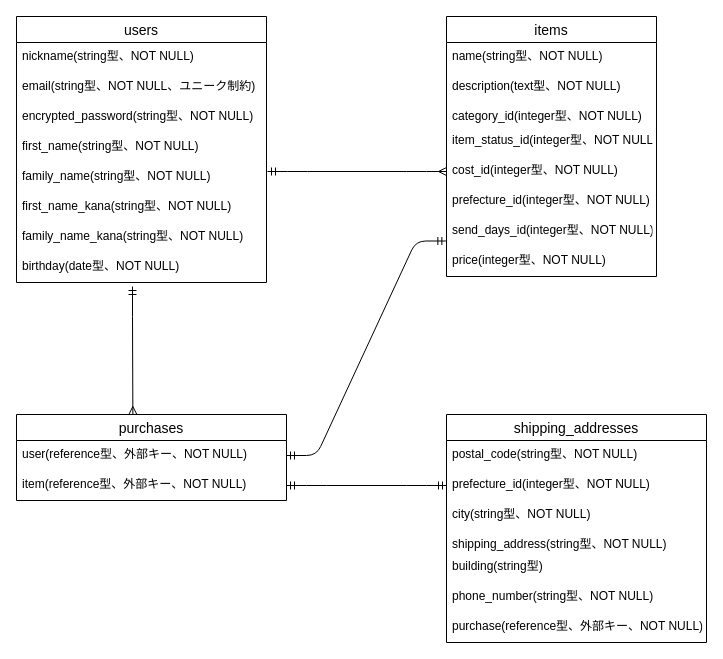
ina-gaki/furima-37939 keeps this draw.io diagram as er.dio. Above is the earlier version. Source tidied: cells renumbered, new cells numbered last; positions are measured from the earlier drawing's top-left corner, leaving out a move shared by most shapes. Both pictures are drawn from the tidied source at 100%, with x=0, y=0 at pixel (16, 16).
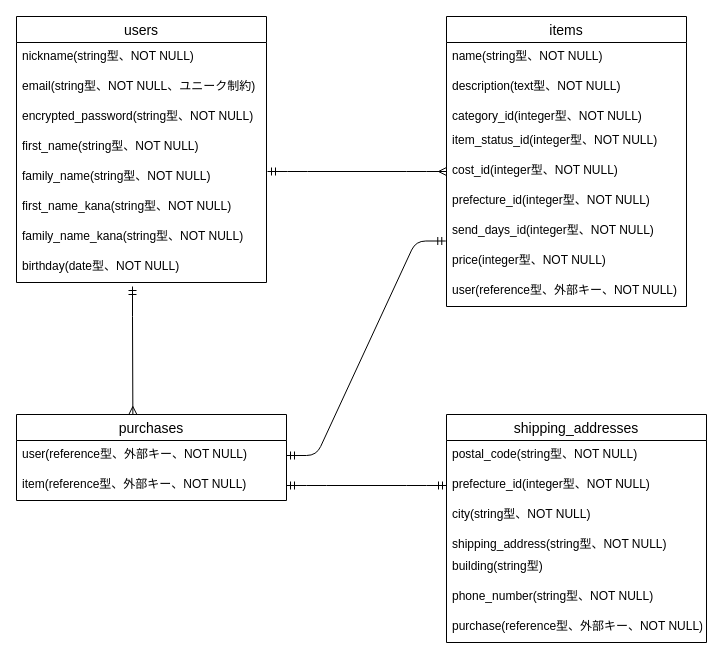
Above is the later version.

Commit message (it also covers changes not shown here):
ER図、READMEファイル修正②

What changed in the source:
```diff
@@
     <mxCell id="11" value="items" style="swimlane;fontStyle=0;horizontal=1;startSize=26;align=center;fontSize=14;" parent="1" vertex="1">
-      <mxGeometry x="430" width="210" height="260" as="geometry" />
+      <mxGeometry x="430" width="240" height="290" as="geometry" />
     </mxCell>
     <mxCell id="12" value="name(string型、NOT NULL)" style="text;strokeColor=none;fillColor=none;spacingLeft=4;spacingRight=4;overflow=hidden;fontSize=12;" parent="11" vertex="1">
-      <mxGeometry y="26" width="210" height="30" as="geometry" />
+      <mxGeometry y="26" width="240" height="30" as="geometry" />
     </mxCell>
     <mxCell id="13" value="description(text型、NOT NULL)" style="text;strokeColor=none;fillColor=none;spacingLeft=4;spacingRight=4;overflow=hidden;fontSize=12;" parent="11" vertex="1">
-      <mxGeometry y="56" width="210" height="30" as="geometry" />
+      <mxGeometry y="56" width="240" height="30" as="geometry" />
     </mxCell>
     <mxCell id="14" value="category_id(integer型、NOT NULL)" style="text;strokeColor=none;fillColor=none;spacingLeft=4;spacingRight=4;overflow=hidden;fontSize=12;" parent="11" vertex="1">
-      <mxGeometry y="86" width="210" height="24" as="geometry" />
+      <mxGeometry y="86" width="240" height="24" as="geometry" />
     </mxCell>
     <mxCell id="15" value="item_status_id(integer型、NOT NULL)" style="text;strokeColor=none;fillColor=none;spacingLeft=4;spacingRight=4;overflow=hidden;fontSize=12;" parent="11" vertex="1">
-      <mxGeometry y="110" width="210" height="30" as="geometry" />
+      <mxGeometry y="110" width="240" height="30" as="geometry" />
     </mxCell>
     <mxCell id="16" value="cost_id(integer型、NOT NULL)" style="text;strokeColor=none;fillColor=none;spacingLeft=4;spacingRight=4;overflow=hidden;points=[[0,0.5],[1,0.5]];portConstraint=eastwest;fontSize=12;" parent="11" vertex="1">
-      <mxGeometry y="140" width="210" height="30" as="geometry" />
+      <mxGeometry y="140" width="240" height="30" as="geometry" />
     </mxCell>
     <mxCell id="17" value="prefecture_id(integer型、NOT NULL)" style="text;strokeColor=none;fillColor=none;spacingLeft=4;spacingRight=4;overflow=hidden;fontSize=12;" parent="11" vertex="1">
-      <mxGeometry y="170" width="210" height="30" as="geometry" />
+      <mxGeometry y="170" width="240" height="30" as="geometry" />
     </mxCell>
     <mxCell id="18" value="send_days_id(integer型、NOT NULL)" style="text;strokeColor=none;fillColor=none;spacingLeft=4;spacingRight=4;overflow=hidden;points=[[0,0.5],[1,0.5]];portConstraint=eastwest;fontSize=12;" parent="11" vertex="1">
-      <mxGeometry y="200" width="210" height="30" as="geometry" />
+      <mxGeometry y="200" width="240" height="30" as="geometry" />
     </mxCell>
     <mxCell id="19" value="price(integer型、NOT NULL)" style="text;strokeColor=none;fillColor=none;spacingLeft=4;spacingRight=4;overflow=hidden;fontSize=12;" parent="11" vertex="1">
-      <mxGeometry y="230" width="210" height="30" as="geometry" />
+      <mxGeometry y="230" width="240" height="30" as="geometry" />
     </mxCell>
+    <mxCell id="35" value="user(reference型、外部キー、NOT NULL)" style="text;strokeColor=none;fillColor=none;spacingLeft=4;spacingRight=4;overflow=hidden;fontSize=12;" parent="11" vertex="1">
+      <mxGeometry y="260" width="240" height="30" as="geometry" />
+    </mxCell>
```
